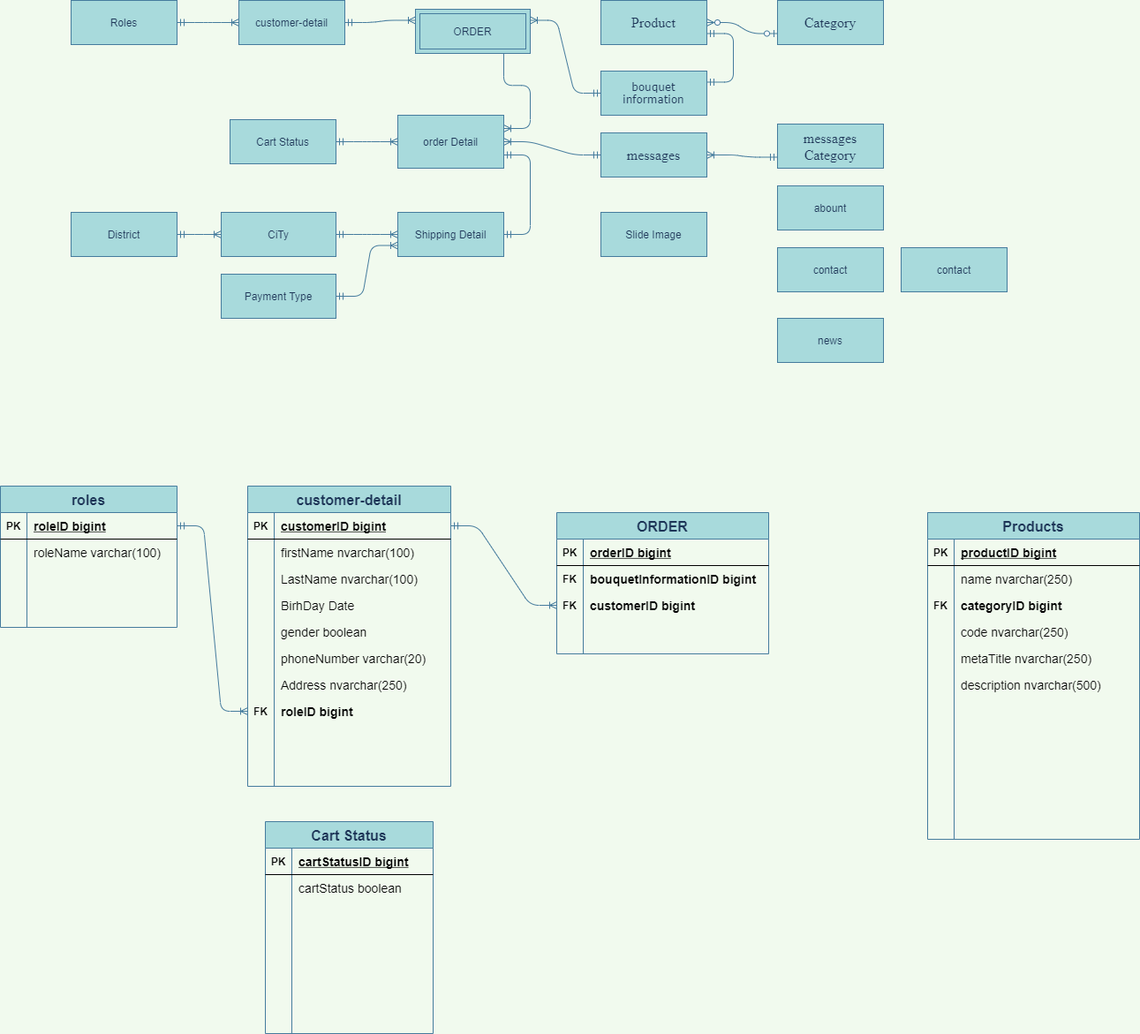
Earlier version of the draw.io export Untitled Diagram.png (maialino123/Eproject-SEM3). Source tidied: cells renumbered, new cells last; positions are measured from the earlier drawing's top-left corner, leaving out a move shared by most shapes.
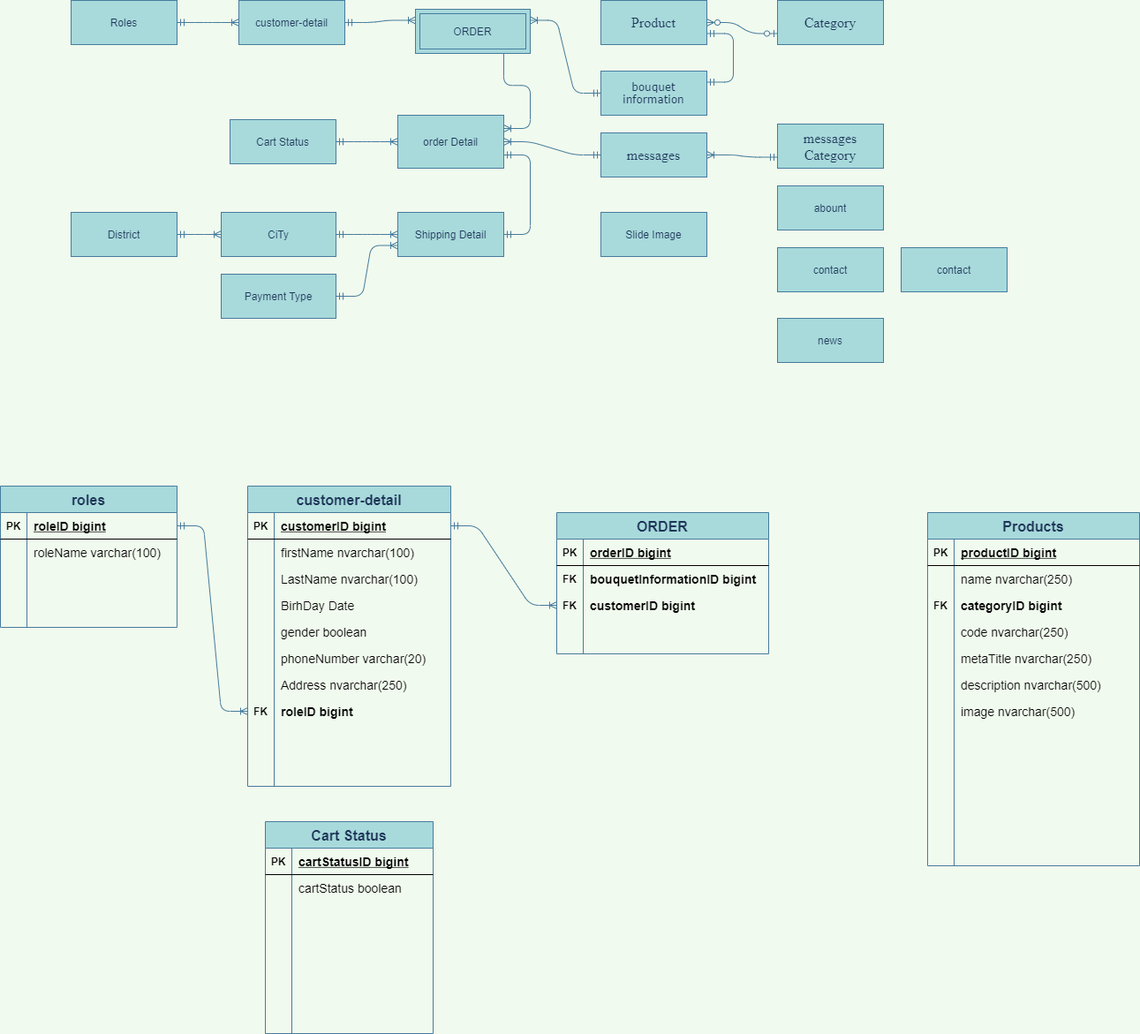
After the commit.

Change to the diagram source:
```diff
@@ -324,7 +324,7 @@
       <mxGeometry relative="1" as="geometry" />
     </mxCell>
     <mxCell id="109" value="Products" style="shape=table;startSize=30;rowLines=0;fontStyle=1;align=center;rounded=0;sketch=0;fontSize=16;fontColor=#1D3557;strokeColor=#457B9D;fillColor=#A8DADC;" parent="1" vertex="1">
-      <mxGeometry x="1050" y="580" width="240" height="370" as="geometry" />
+      <mxGeometry x="1050" y="580" width="240" height="400" as="geometry" />
     </mxCell>
     <mxCell id="110" style="shape=partialRectangle;fillColor=none;top=0;left=0;bottom=1;right=0;" parent="109" vertex="1">
       <mxGeometry y="30" width="240" height="30" as="geometry" />
@@ -380,5 +380,14 @@
     <mxCell id="127" value="description nvarchar(500)" style="shape=partialRectangle;fillColor=none;top=0;left=0;bottom=0;right=0;align=left;spacingLeft=6;overflow=hidden;fontSize=14;" parent="125" vertex="1">
       <mxGeometry x="30" width="210" height="30" as="geometry" />
     </mxCell>
+    <mxCell id="128" style="shape=partialRectangle;fillColor=none;top=0;left=0;bottom=0;right=0;" parent="109" vertex="1">
+      <mxGeometry y="210" width="240" height="30" as="geometry" />
+    </mxCell>
+    <mxCell id="129" style="shape=partialRectangle;fillColor=none;top=0;left=0;bottom=0;right=0;overflow=hidden;" parent="128" vertex="1">
+      <mxGeometry width="30" height="30" as="geometry" />
+    </mxCell>
+    <mxCell id="130" value="image nvarchar(500)" style="shape=partialRectangle;fillColor=none;top=0;left=0;bottom=0;right=0;align=left;spacingLeft=6;overflow=hidden;fontSize=14;" parent="128" vertex="1">
+      <mxGeometry x="30" width="210" height="30" as="geometry" />
+    </mxCell>
   </root>
 </mxGraphModel>
```
